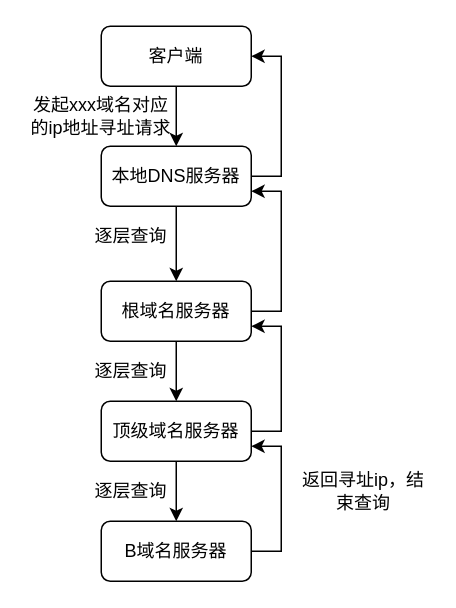
Above: DNS_analysis_process.drawio in Henryblankwu/untitled7 (draw.io), before the change. Source tidied: cells renumbered, new cells numbered last; positions are measured from the earlier drawing's top-left corner, leaving out a move shared by most shapes. Both pictures are drawn from the tidied source at 150%, with x=0, y=0 at pixel (26, 26).
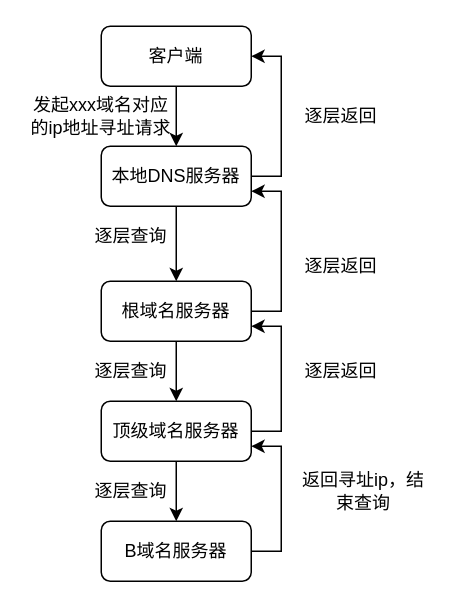
Above is the later version.

Change to the diagram source:
```diff
@@
+    <mxCell id="20" value="逐层返回" style="text;html=1;strokeColor=none;fillColor=none;align=center;verticalAlign=middle;whiteSpace=wrap;rounded=0;" parent="1" vertex="1">
+      <mxGeometry x="180" y="220" width="60" height="20" as="geometry" />
+    </mxCell>
+    <mxCell id="21" value="逐层返回" style="text;html=1;strokeColor=none;fillColor=none;align=center;verticalAlign=middle;whiteSpace=wrap;rounded=0;" parent="1" vertex="1">
+      <mxGeometry x="180" y="150" width="60" height="20" as="geometry" />
+    </mxCell>
+    <mxCell id="22" value="逐层返回" style="text;html=1;strokeColor=none;fillColor=none;align=center;verticalAlign=middle;whiteSpace=wrap;rounded=0;" parent="1" vertex="1">
+      <mxGeometry x="180" y="50" width="60" height="20" as="geometry" />
+    </mxCell>
```
